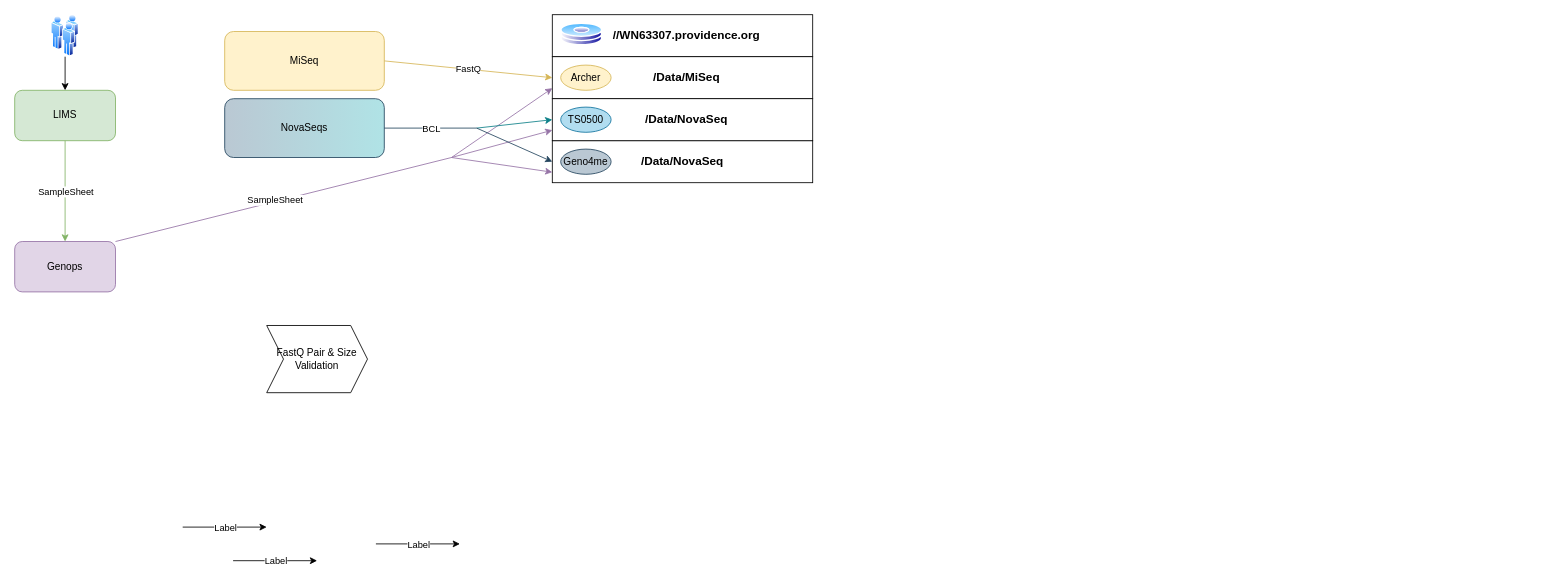
dashaylan/DrawIO keeps this draw.io diagram as Untitled Diagram.drawio. Above is the earlier version. Source tidied: cells renumbered, new cells numbered last; positions are measured from the earlier drawing's top-left corner, leaving out a move shared by most shapes. Both pictures are drawn from the tidied source at 84%, with x=0, y=0 at pixel (14, 14).
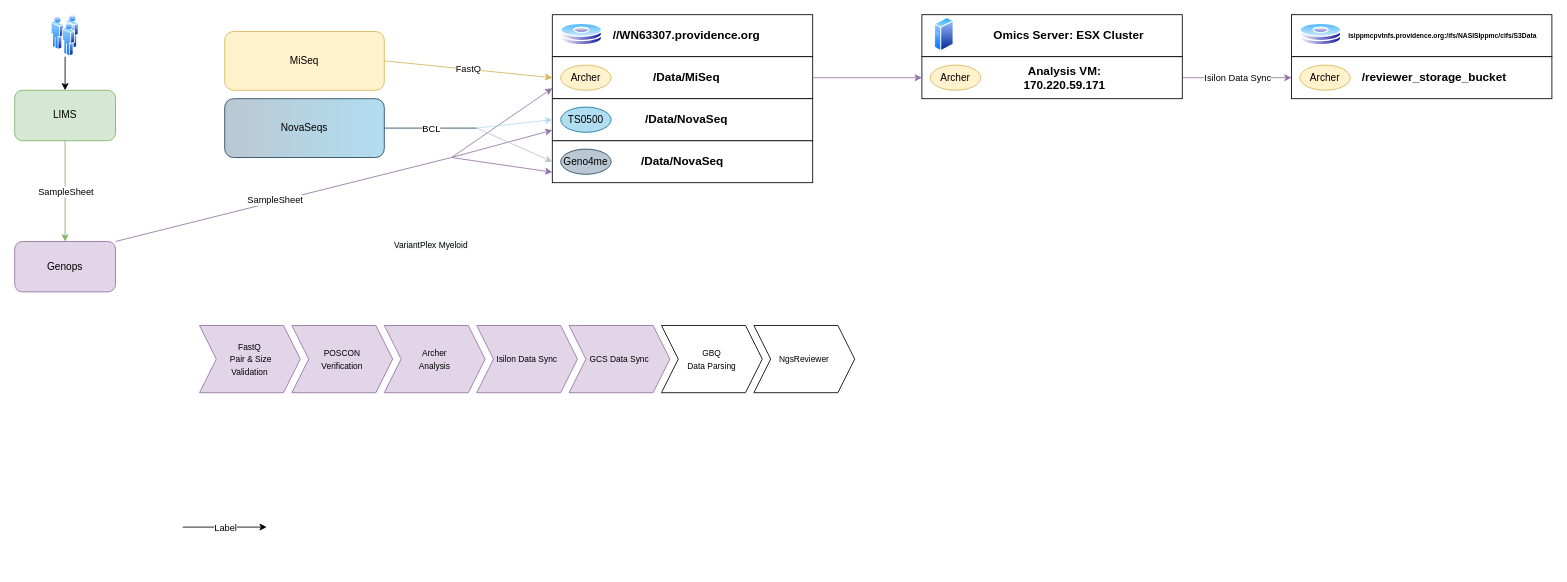
After the change.

The change refers to these unchanged cells:
```xml
<mxCell id="26" value="&lt;b&gt;&lt;font style=&quot;font-size: 14px&quot;&gt;/Data/NovaSeq&lt;/font&gt;&lt;/b&gt;" style="rounded=0;whiteSpace=wrap;html=1;" parent="25" vertex="1">
  <mxGeometry y="150" width="310" height="50" as="geometry" />
</mxCell>
<mxCell id="31" style="rounded=0;whiteSpace=wrap;html=1;" parent="25" vertex="1">
  <mxGeometry y="50" width="310" height="50" as="geometry" />
</mxCell>
<mxCell id="32" style="rounded=0;whiteSpace=wrap;html=1;" parent="25" vertex="1">
  <mxGeometry y="100" width="310" height="50" as="geometry" />
</mxCell>
<mxCell id="37" style="shape=waypoint;sketch=0;fillStyle=solid;size=6;points=[];fillColor=none;perimeter=centerPerimeter;snapToPoint=1;opacity=0;" parent="1" vertex="1">
  <mxGeometry x="530" y="115" width="40" height="40" as="geometry" />
</mxCell>
```

Diff of the diagram source:
```diff
@@
-    <mxCell id="6" value="NovaSeqs" style="rounded=1;whiteSpace=wrap;html=1;fillColor=#bac8d3;strokeColor=#23445d;gradientDirection=east;gradientColor=#B0E3E6;" parent="1" vertex="1">
+    <mxCell id="6" value="NovaSeqs" style="rounded=1;whiteSpace=wrap;html=1;strokeColor=#23445d;gradientDirection=east;fillColor=#BAC8D3;gradientColor=#B1DDF0;" parent="1" vertex="1">
       <mxGeometry x="250" y="100" width="190" height="70" as="geometry" />
     </mxCell>
@@
-    <mxCell id="14" style="endArrow=classic;html=1;" parent="1" edge="1">
-      <mxGeometry relative="1" as="geometry">
-        <mxPoint x="260" y="650" as="sourcePoint" />
-        <mxPoint x="360" y="650" as="targetPoint" />
-      </mxGeometry>
-    </mxCell>
-    <mxCell id="15" value="Label" style="edgeLabel;html=1;align=center;verticalAlign=middle;" parent="14" vertex="1">
-      <mxGeometry relative="1" as="geometry" />
-    </mxCell>
@@
-    <mxCell id="18" style="endArrow=classic;html=1;" parent="1" edge="1">
-      <mxGeometry relative="1" as="geometry">
-        <mxPoint x="430" y="630" as="sourcePoint" />
-        <mxPoint x="530" y="630" as="targetPoint" />
-      </mxGeometry>
+    <mxCell id="18" style="endArrow=classic;html=1;exitX=1;exitY=0.5;exitDx=0;exitDy=0;entryX=0;entryY=0.5;entryDx=0;entryDy=0;fillColor=#e1d5e7;strokeColor=#9673a6;" parent="1" edge="1" source="52" target="60">
+      <mxGeometry relative="1" as="geometry" />
     </mxCell>
-    <mxCell id="19" value="Label" style="edgeLabel;html=1;align=center;verticalAlign=middle;" parent="18" vertex="1">
+    <mxCell id="19" value="Isilon Data Sync" style="edgeLabel;html=1;align=center;verticalAlign=middle;" parent="18" vertex="1">
       <mxGeometry relative="1" as="geometry" />
     </mxCell>
@@
-    <mxCell id="38" style="endArrow=classic;html=1;entryX=0;entryY=0.5;entryDx=0;entryDy=0;fillColor=#b0e3e6;strokeColor=#0e8088;" parent="1" edge="1" source="37" target="32">
+    <mxCell id="38" style="endArrow=classic;html=1;entryX=0;entryY=0.5;entryDx=0;entryDy=0;fillColor=#b0e3e6;strokeColor=#B1DDF0;" parent="1" edge="1" source="37" target="32">
       <mxGeometry relative="1" as="geometry" />
     </mxCell>
-    <mxCell id="39" style="endArrow=classic;html=1;entryX=0;entryY=0.5;entryDx=0;entryDy=0;fillColor=#bac8d3;strokeColor=#23445d;" parent="1" edge="1" source="37" target="26">
+    <mxCell id="39" style="endArrow=classic;html=1;entryX=0;entryY=0.5;entryDx=0;entryDy=0;fillColor=#bac8d3;strokeColor=#BAC8D3;" parent="1" edge="1" source="37" target="26">
       <mxGeometry relative="1" as="geometry" />
     </mxCell>
@@
-    <mxCell id="41" value="FastQ Pair &amp;amp; Size Validation" style="shape=step;perimeter=stepPerimeter;whiteSpace=wrap;html=1;fixedSize=1;gradientDirection=east;" parent="1" vertex="1">
-      <mxGeometry x="300" y="370" width="120" height="80" as="geometry" />
+    <mxCell id="41" value="&lt;font style=&quot;font-size: 10px&quot;&gt;FastQ&lt;br&gt;&amp;nbsp;Pair &amp;amp; Size &lt;br&gt;Validation&lt;/font&gt;" style="shape=step;perimeter=stepPerimeter;whiteSpace=wrap;html=1;fixedSize=1;gradientDirection=east;fillColor=#e1d5e7;strokeColor=#9673a6;" parent="1" vertex="1">
+      <mxGeometry x="220" y="370" width="120" height="80" as="geometry" />
     </mxCell>
+    <mxCell id="42" value="&lt;font style=&quot;font-size: 10px&quot;&gt;POSCON &lt;br&gt;Verification&lt;/font&gt;" style="shape=step;perimeter=stepPerimeter;whiteSpace=wrap;html=1;fixedSize=1;gradientDirection=east;fillColor=#e1d5e7;strokeColor=#9673a6;" parent="1" vertex="1">
+      <mxGeometry x="330" y="370" width="120" height="80" as="geometry" />
+    </mxCell>
+    <mxCell id="43" value="&lt;font style=&quot;font-size: 10px&quot;&gt;Archer &lt;br&gt;Analysis&lt;br&gt;&lt;/font&gt;" style="shape=step;perimeter=stepPerimeter;whiteSpace=wrap;html=1;fixedSize=1;gradientDirection=east;fillColor=#e1d5e7;strokeColor=#9673a6;" parent="1" vertex="1">
+      <mxGeometry x="440" y="370" width="120" height="80" as="geometry" />
+    </mxCell>
+    <mxCell id="44" value="&lt;font style=&quot;font-size: 10px&quot;&gt;Isilon Data Sync&lt;/font&gt;" style="shape=step;perimeter=stepPerimeter;whiteSpace=wrap;html=1;fixedSize=1;gradientDirection=east;fillColor=#e1d5e7;strokeColor=#9673a6;" parent="1" vertex="1">
+      <mxGeometry x="550" y="370" width="120" height="80" as="geometry" />
+    </mxCell>
+    <mxCell id="45" value="&lt;font style=&quot;font-size: 10px&quot;&gt;GCS Data Sync&lt;/font&gt;" style="shape=step;perimeter=stepPerimeter;whiteSpace=wrap;html=1;fixedSize=1;gradientDirection=east;fillColor=#e1d5e7;strokeColor=#9673a6;" parent="1" vertex="1">
+      <mxGeometry x="660" y="370" width="120" height="80" as="geometry" />
+    </mxCell>
+    <mxCell id="46" value="&lt;font style=&quot;font-size: 10px&quot;&gt;GBQ&lt;br&gt;Data Parsing&lt;/font&gt;" style="shape=step;perimeter=stepPerimeter;whiteSpace=wrap;html=1;fixedSize=1;gradientDirection=east;" parent="1" vertex="1">
+      <mxGeometry x="770" y="370" width="120" height="80" as="geometry" />
+    </mxCell>
+    <mxCell id="47" value="&lt;span style=&quot;color: rgb(0 , 0 , 0) ; font-family: &amp;#34;helvetica&amp;#34; ; font-size: 10px ; font-style: normal ; font-weight: 400 ; letter-spacing: normal ; text-align: center ; text-indent: 0px ; text-transform: none ; word-spacing: 0px ; background-color: rgb(248 , 249 , 250) ; display: inline ; float: none&quot;&gt;VariantPlex&amp;nbsp;&lt;/span&gt;&lt;span style=&quot;color: rgb(0 , 0 , 0) ; font-family: &amp;#34;helvetica&amp;#34; ; font-size: 10px ; font-style: normal ; font-weight: 400 ; letter-spacing: normal ; text-align: center ; text-indent: 0px ; text-transform: none ; word-spacing: 0px ; background-color: rgb(248 , 249 , 250) ; display: inline ; float: none&quot;&gt;Myeloid&lt;/span&gt;" style="text;whiteSpace=wrap;html=1;" parent="1" vertex="1">
+      <mxGeometry x="450" y="260" width="150" height="60" as="geometry" />
+    </mxCell>
+    <mxCell id="48" value="&lt;span style=&quot;font-size: 10px&quot;&gt;NgsReviewer&lt;/span&gt;" style="shape=step;perimeter=stepPerimeter;whiteSpace=wrap;html=1;fixedSize=1;gradientDirection=east;" parent="1" vertex="1">
+      <mxGeometry x="880" y="370" width="120" height="80" as="geometry" />
+    </mxCell>
+    <mxCell id="49" style="group;" parent="1" vertex="1">
+      <mxGeometry x="1080" width="310" height="100" as="geometry" />
+    </mxCell>
+    <mxCell id="50" style="rounded=0;whiteSpace=wrap;html=1;" parent="49" vertex="1">
+      <mxGeometry width="310" height="50" as="geometry" />
+    </mxCell>
+    <mxCell id="51" value="&lt;b&gt;&lt;font style=&quot;font-size: 14px&quot;&gt;Omics Server: ESX Cluster&lt;/font&gt;&lt;/b&gt;" style="text;html=1;strokeColor=none;fillColor=none;align=center;verticalAlign=middle;whiteSpace=wrap;rounded=0;" parent="49" vertex="1">
+      <mxGeometry x="80" y="13.5" width="190" height="20" as="geometry" />
+    </mxCell>
+    <mxCell id="52" style="rounded=0;whiteSpace=wrap;html=1;" parent="49" vertex="1">
+      <mxGeometry y="50" width="310" height="50" as="geometry" />
+    </mxCell>
+    <mxCell id="53" value="&lt;b&gt;&lt;font style=&quot;font-size: 14px&quot;&gt;Analysis VM: 170.220.59.171&lt;/font&gt;&lt;/b&gt;" style="text;html=1;strokeColor=none;fillColor=none;align=center;verticalAlign=middle;whiteSpace=wrap;rounded=0;" parent="49" vertex="1">
+      <mxGeometry x="80" y="65" width="180" height="20" as="geometry" />
+    </mxCell>
+    <mxCell id="54" value="Archer" style="ellipse;whiteSpace=wrap;html=1;gradientDirection=east;fillColor=#fff2cc;strokeColor=#d6b656;" parent="49" vertex="1">
+      <mxGeometry x="10" y="60" width="60" height="30" as="geometry" />
+    </mxCell>
+    <mxCell id="55" style="perimeter=ellipsePerimeter;html=1;align=center;shadow=0;dashed=0;spacingTop=3;image;image=img/lib/active_directory/generic_server.svg;strokeColor=#E1D5E7;fillColor=#000000;gradientColor=none;gradientDirection=east;" parent="49" vertex="1">
+      <mxGeometry x="15" y="2.8" width="23.2" height="41.5" as="geometry" />
+    </mxCell>
+    <mxCell id="56" style="group;" parent="1" vertex="1">
+      <mxGeometry x="1520" width="310" height="100" as="geometry" />
+    </mxCell>
+    <mxCell id="57" style="rounded=0;whiteSpace=wrap;html=1;" parent="56" vertex="1">
+      <mxGeometry width="310" height="50" as="geometry" />
+    </mxCell>
+    <mxCell id="58" style="perimeter=ellipsePerimeter;html=1;align=center;shadow=0;dashed=0;spacingTop=3;image;image=img/lib/active_directory/hard_disk.svg;" parent="56" vertex="1">
+      <mxGeometry x="10" y="10" width="50" height="27" as="geometry" />
+    </mxCell>
+    <mxCell id="59" value="&lt;b&gt;&lt;font style=&quot;font-size: 8px&quot;&gt;isippmcpvtnfs.providence.org:/ifs/NASISIppmc/cifs/S3Data&lt;/font&gt;&lt;/b&gt;" style="text;html=1;strokeColor=none;fillColor=none;align=center;verticalAlign=middle;whiteSpace=wrap;rounded=0;" parent="56" vertex="1">
+      <mxGeometry x="90" y="13.5" width="180" height="20" as="geometry" />
+    </mxCell>
+    <mxCell id="60" style="rounded=0;whiteSpace=wrap;html=1;" parent="56" vertex="1">
+      <mxGeometry y="50" width="310" height="50" as="geometry" />
+    </mxCell>
+    <mxCell id="61" value="&lt;b&gt;&lt;font style=&quot;font-size: 14px&quot;&gt;/reviewer_storage_bucket&lt;/font&gt;&lt;/b&gt;" style="text;html=1;strokeColor=none;fillColor=none;align=center;verticalAlign=middle;whiteSpace=wrap;rounded=0;" parent="56" vertex="1">
+      <mxGeometry x="80" y="65" width="180" height="20" as="geometry" />
+    </mxCell>
+    <mxCell id="62" value="Archer" style="ellipse;whiteSpace=wrap;html=1;gradientDirection=east;fillColor=#fff2cc;strokeColor=#d6b656;" parent="56" vertex="1">
+      <mxGeometry x="10" y="60" width="60" height="30" as="geometry" />
+    </mxCell>
+    <mxCell id="63" style="endArrow=classic;html=1;exitX=1;exitY=0.5;exitDx=0;exitDy=0;entryX=0;entryY=0.5;entryDx=0;entryDy=0;fillColor=#e1d5e7;strokeColor=#9673a6;" parent="1" edge="1" source="31" target="52">
+      <mxGeometry relative="1" as="geometry" />
+    </mxCell>
```
